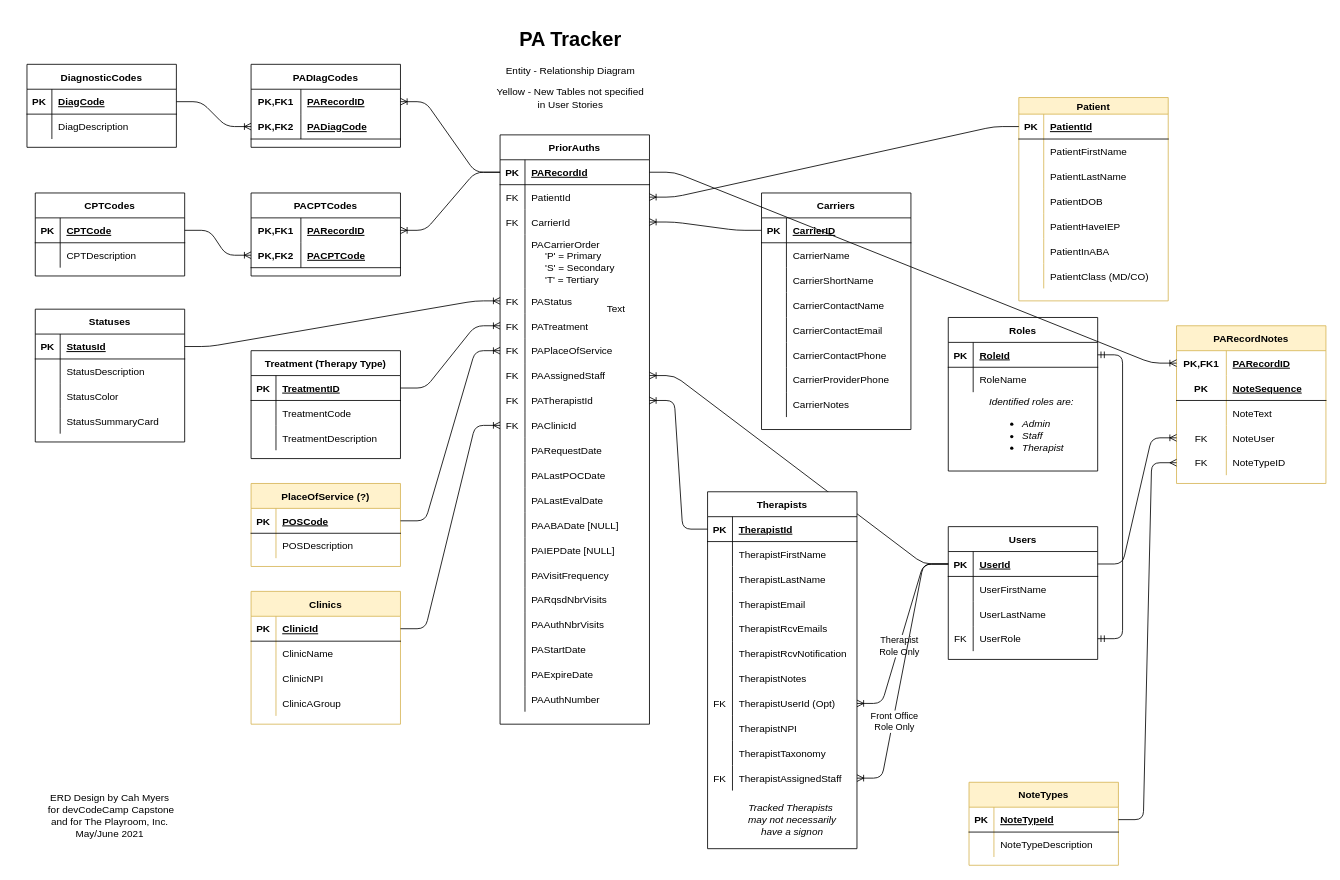
Earlier version of the draw.io diagram PA_Tracker_Db.drawio (cashmy/PA_Backend). Source tidied: cells renumbered, new cells numbered last; positions are measured from the earlier drawing's top-left corner, leaving out a move shared by most shapes. Both pictures are drawn from the tidied source at 83%, with x=0, y=0 at pixel (14, 22).
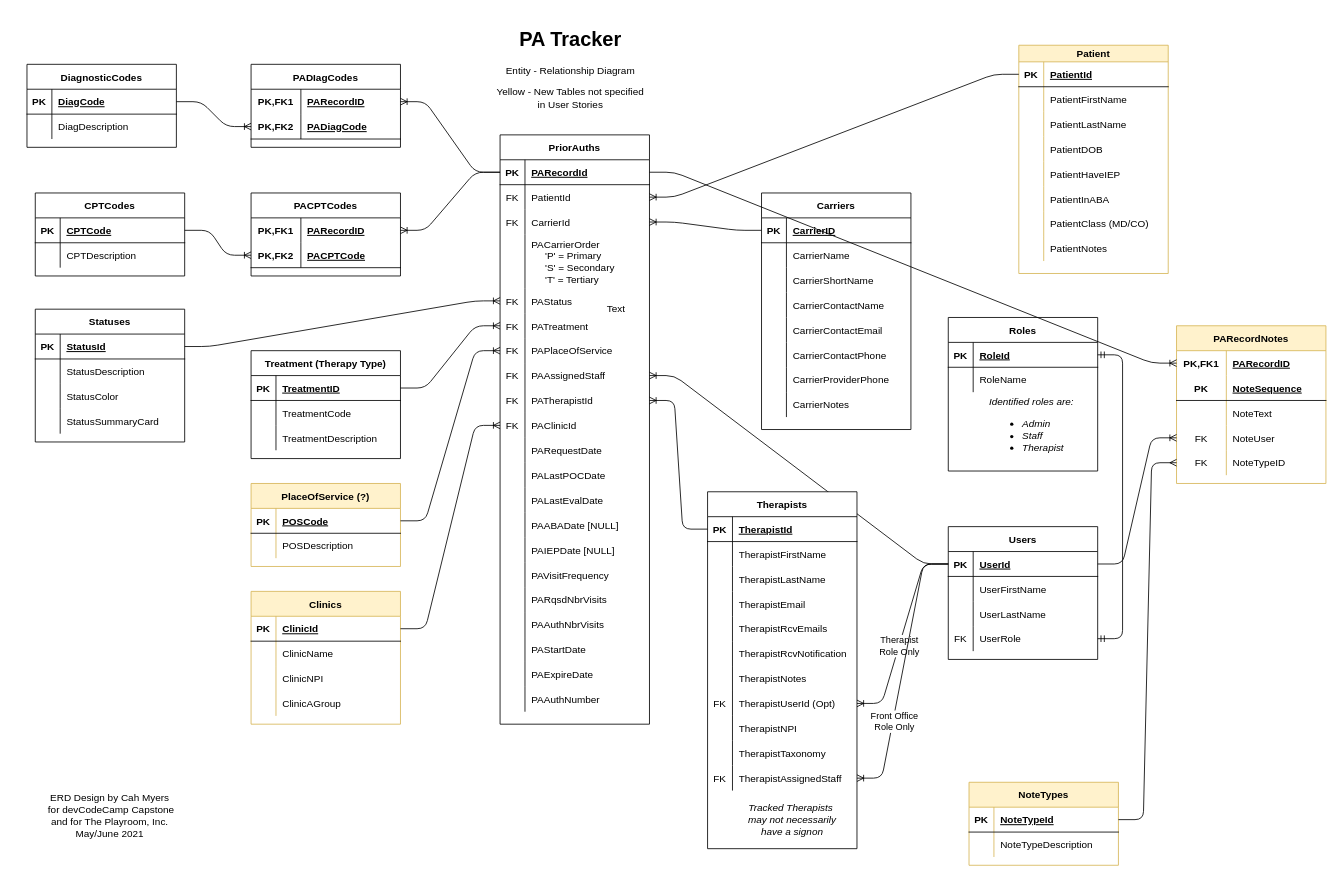
The same page after the edit.

Commit message:
Added Notes to Patient ERD Model

What changed in the source:
```diff
@@
     <mxCell id="51" value="Patient" style="shape=table;startSize=20;childLayout=tableLayout;rowLines=0;fontStyle=1;align=center;fillColor=#fff2cc;strokeColor=#d6b656;" parent="1" vertex="1">
-      <mxGeometry x="1210" y="90" width="180" height="245" as="geometry" />
+      <mxGeometry x="1210" y="27" width="180" height="275" as="geometry" />
     </mxCell>
@@
+    <mxCell id="287" style="shape=partialRectangle;fillColor=none;top=0;left=0;bottom=0;right=0;" parent="51" vertex="1">
+      <mxGeometry y="230" width="180" height="30" as="geometry" />
+    </mxCell>
+    <mxCell id="288" style="shape=partialRectangle;fillColor=none;top=0;left=0;bottom=0;right=0;overflow=hidden;" parent="287" vertex="1">
+      <mxGeometry width="30" height="30" as="geometry" />
+    </mxCell>
+    <mxCell id="289" value="PatientNotes" style="shape=partialRectangle;fillColor=none;top=0;left=0;bottom=0;right=0;align=left;spacingLeft=6;overflow=hidden;" parent="287" vertex="1">
+      <mxGeometry x="30" width="150" height="30" as="geometry" />
+    </mxCell>
```
